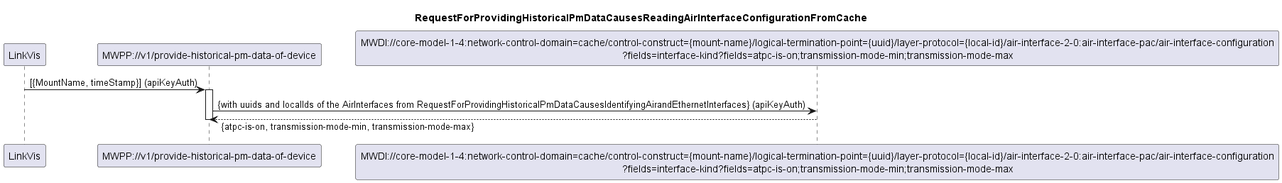
Before: spec/diagrams/003_ReadingAirInterfaceConfigurationFromCache.png, a diagram exported from PlantUML (openBackhaul/MicroWavePerformanceProxy). The source it was exported from:
```plantuml
@startuml 003_ReadingAirInterfaceConfigurationFromCache
skinparam responseMessageBelowArrow true

title
RequestForProvidingHistoricalPmDataCausesReadingAirInterfaceConfigurationFromCache
end title

participant "LinkVis" as LinkVis
participant "MWPP://v1/provide-historical-pm-data-of-device" as MWPP
participant "MWDI://core-model-1-4:network-control-domain=cache/control-construct={mount-name}/logical-termination-point={uuid}/layer-protocol={local-id}/air-interface-2-0:air-interface-pac/air-interface-configuration\n?fields=interface-kind?fields=atpc-is-on;transmission-mode-min;transmission-mode-max" as AirInterfaceConfig

LinkVis -> MWPP: [{MountName, timeStamp}] (apiKeyAuth)
activate MWPP

MWPP -> AirInterfaceConfig: {with uuids and localIds of the AirInterfaces from RequestForProvidingHistoricalPmDataCausesIdentifyingAirandEthernetInterfaces} (apiKeyAuth)
AirInterfaceConfig --> MWPP: {atpc-is-on, transmission-mode-min, transmission-mode-max}

deactivate MWPP

@enduml
```
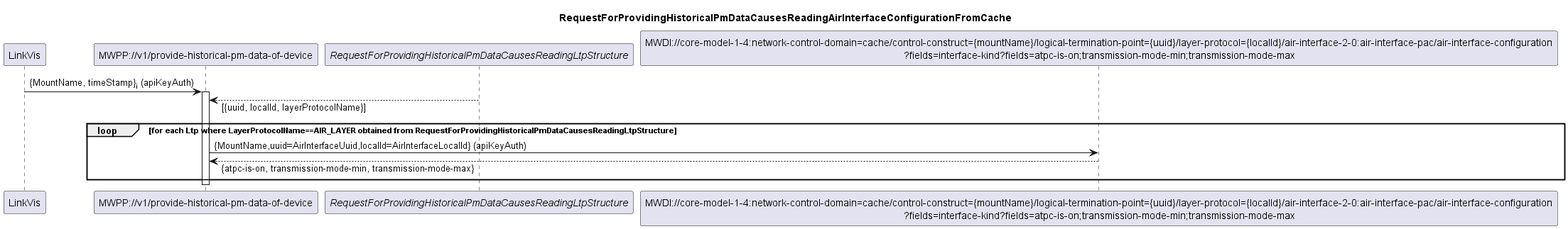
The same file after the commit.

Diff of the diagram source:
```diff
@@ -7,14 +7,17 @@
 
 participant "LinkVis" as LinkVis
 participant "MWPP://v1/provide-historical-pm-data-of-device" as MWPP
-participant "MWDI://core-model-1-4:network-control-domain=cache/control-construct={mount-name}/logical-termination-point={uuid}/layer-protocol={local-id}/air-interface-2-0:air-interface-pac/air-interface-configuration\n?fields=interface-kind?fields=atpc-is-on;transmission-mode-min;transmission-mode-max" as AirInterfaceConfig
+participant "<i>RequestForProvidingHistoricalPmDataCausesReadingLtpStructure</i>" as LTPs
+participant "MWDI://core-model-1-4:network-control-domain=cache/control-construct={mountName}/logical-termination-point={uuid}/layer-protocol={localId}/air-interface-2-0:air-interface-pac/air-interface-configuration\n?fields=interface-kind?fields=atpc-is-on;transmission-mode-min;transmission-mode-max" as AirInterfaceConfig
 
-LinkVis -> MWPP: [{MountName, timeStamp}] (apiKeyAuth)
+LinkVis -> MWPP: {MountName, timeStamp}<sub>i</sub> (apiKeyAuth)
 activate MWPP
+LTPs --> MWPP: [{uuid, localId, layerProtocolName}]
 
-MWPP -> AirInterfaceConfig: {with uuids and localIds of the AirInterfaces from RequestForProvidingHistoricalPmDataCausesIdentifyingAirandEthernetInterfaces} (apiKeyAuth)
-AirInterfaceConfig --> MWPP: {atpc-is-on, transmission-mode-min, transmission-mode-max}
-
+loop for each Ltp where LayerProtocolName==AIR_LAYER obtained from RequestForProvidingHistoricalPmDataCausesReadingLtpStructure
+    MWPP -> AirInterfaceConfig: {MountName,uuid=AirInterfaceUuid,localId=AirInterfaceLocalId} (apiKeyAuth)
+    AirInterfaceConfig --> MWPP: {atpc-is-on, transmission-mode-min, transmission-mode-max}
+end
 deactivate MWPP
 
 @enduml
```
